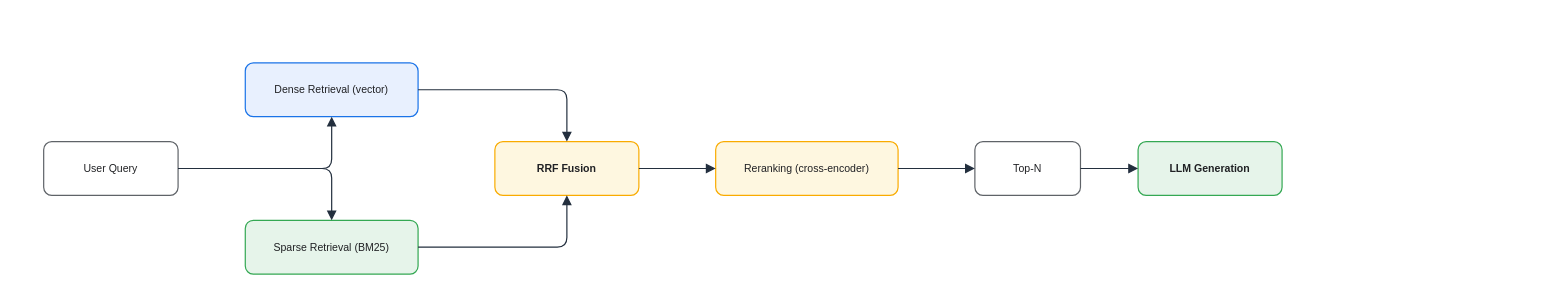
This is assets/img/ai/rag-04-hybrid-rerank.drawio from KKamJi98/kkamji98.github.io, a draw.io file, before an edit. Source tidied: cells renumbered, new cells numbered last; positions are measured from the earlier drawing's top-left corner, leaving out a move shared by most shapes. Both pictures are drawn from the tidied source at 96%, with x=0, y=0 at pixel (43, 62).
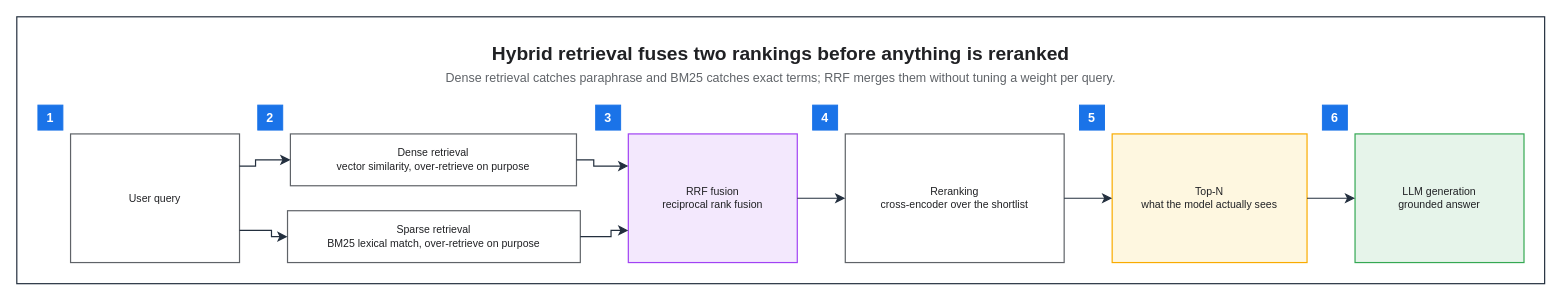
Above is the later version.

Change to the diagram source:
```diff
@@
+    <mxCell id="16" style="rounded=0;html=0;fillColor=none;strokeColor=#232F3E;fontColor=#202124;strokeWidth=1.25;" parent="1" vertex="1">
+      <mxGeometry x="-28" y="-48" width="1591.5" height="278" as="geometry" />
+    </mxCell>
+    <mxCell id="17" value="Hybrid retrieval fuses two rankings before anything is reranked" style="text;html=0;whiteSpace=wrap;fillColor=none;strokeColor=none;fontColor=#202124;fontSize=20;fontStyle=1;align=center;verticalAlign=middle;" parent="1" vertex="1">
+      <mxGeometry x="-6" y="-26" width="1547.5" height="30" as="geometry" />
+    </mxCell>
+    <mxCell id="18" value="Dense retrieval catches paraphrase and BM25 catches exact terms; RRF merges them without tuning a weight per query." style="text;html=0;whiteSpace=wrap;fillColor=none;strokeColor=none;fontColor=#5F6368;fontSize=13;fontStyle=0;align=center;verticalAlign=middle;" parent="1" vertex="1">
+      <mxGeometry x="-6" y="4" width="1547.5" height="22" as="geometry" />
+    </mxCell>
-    <mxCell id="2" value="User Query" style="rounded=1;whiteSpace=wrap;html=0;fillColor=#FFFFFF;strokeColor=#5F6368;shadow=0;fontSize=11;fontColor=#202124;strokeWidth=1.25;" parent="1" vertex="1">
-      <mxGeometry y="82" width="140" height="56" as="geometry" />
+    <mxCell id="2" value="User query" style="rounded=0;whiteSpace=wrap;html=0;fillColor=#FFFFFF;strokeColor=#5F6368;fontColor=#202124;fontSize=11;fontStyle=0;align=center;verticalAlign=middle;spacingLeft=6;spacingRight=6;strokeWidth=1.25;" parent="1" vertex="1">
+      <mxGeometry x="28" y="74" width="176" height="134" as="geometry" />
     </mxCell>
-    <mxCell id="3" value="Dense Retrieval (vector)" style="rounded=1;whiteSpace=wrap;html=0;fillColor=#E8F0FE;strokeColor=#1A73E8;shadow=0;fontSize=11;fontColor=#202124;strokeWidth=1.25;" parent="1" vertex="1">
-      <mxGeometry x="210" width="180" height="56" as="geometry" />
+    <mxCell id="3" value="Dense retrieval&#10;vector similarity, over-retrieve on purpose" style="rounded=0;whiteSpace=wrap;html=0;fillColor=#FFFFFF;strokeColor=#5F6368;fontColor=#202124;fontSize=11;fontStyle=0;align=center;verticalAlign=middle;spacingLeft=6;spacingRight=6;strokeWidth=1.25;" parent="1" vertex="1">
+      <mxGeometry x="257" y="74" width="298" height="54" as="geometry" />
     </mxCell>
-    <mxCell id="4" value="Sparse Retrieval (BM25)" style="rounded=1;whiteSpace=wrap;html=0;fillColor=#E6F4EA;strokeColor=#34A853;shadow=0;fontSize=11;fontColor=#202124;strokeWidth=1.25;" parent="1" vertex="1">
-      <mxGeometry x="210" y="164" width="180" height="56" as="geometry" />
+    <mxCell id="4" value="Sparse retrieval&#10;BM25 lexical match, over-retrieve on purpose" style="rounded=0;whiteSpace=wrap;html=0;fillColor=#FFFFFF;strokeColor=#5F6368;fontColor=#202124;fontSize=11;fontStyle=0;align=center;verticalAlign=middle;spacingLeft=6;spacingRight=6;strokeWidth=1.25;" parent="1" vertex="1">
+      <mxGeometry x="254" y="154" width="305" height="54" as="geometry" />
     </mxCell>
-    <mxCell id="5" value="RRF Fusion" style="rounded=1;whiteSpace=wrap;html=0;fillColor=#FEF7E0;strokeColor=#F9AB00;shadow=0;fontSize=11;fontColor=#202124;fontStyle=1;strokeWidth=1.25;" parent="1" vertex="1">
-      <mxGeometry x="470" y="82" width="150" height="56" as="geometry" />
+    <mxCell id="5" value="RRF fusion&#10;reciprocal rank fusion" style="rounded=0;whiteSpace=wrap;html=0;fillColor=#F3E8FD;strokeColor=#A142F4;fontColor=#202124;fontSize=11;fontStyle=0;align=center;verticalAlign=middle;spacingLeft=6;spacingRight=6;strokeWidth=1.25;" parent="1" vertex="1">
+      <mxGeometry x="609" y="74" width="176" height="134" as="geometry" />
     </mxCell>
-    <mxCell id="6" value="Reranking (cross-encoder)" style="rounded=1;whiteSpace=wrap;html=0;fillColor=#FEF7E0;strokeColor=#F9AB00;shadow=0;fontSize=11;fontColor=#202124;strokeWidth=1.25;" parent="1" vertex="1">
-      <mxGeometry x="700" y="82" width="190" height="56" as="geometry" />
+    <mxCell id="6" value="Reranking&#10;cross-encoder over the shortlist" style="rounded=0;whiteSpace=wrap;html=0;fillColor=#FFFFFF;strokeColor=#5F6368;fontColor=#202124;fontSize=11;fontStyle=0;align=center;verticalAlign=middle;spacingLeft=6;spacingRight=6;strokeWidth=1.25;" parent="1" vertex="1">
+      <mxGeometry x="835" y="74" width="228" height="134" as="geometry" />
     </mxCell>
-    <mxCell id="7" value="Top-N" style="rounded=1;whiteSpace=wrap;html=0;fillColor=#FFFFFF;strokeColor=#5F6368;shadow=0;fontSize=11;fontColor=#202124;strokeWidth=1.25;" parent="1" vertex="1">
-      <mxGeometry x="970" y="82" width="110" height="56" as="geometry" />
+    <mxCell id="7" value="Top-N&#10;what the model actually sees" style="rounded=0;whiteSpace=wrap;html=0;fillColor=#FEF7E0;strokeColor=#F9AB00;fontColor=#202124;fontSize=11;fontStyle=0;align=center;verticalAlign=middle;spacingLeft=6;spacingRight=6;strokeWidth=1.25;" parent="1" vertex="1">
+      <mxGeometry x="1113" y="74" width="203" height="134" as="geometry" />
     </mxCell>
-    <mxCell id="8" value="LLM Generation" style="rounded=1;whiteSpace=wrap;html=0;fillColor=#E6F4EA;strokeColor=#34A853;shadow=0;fontSize=11;fontColor=#202124;fontStyle=1;strokeWidth=1.25;" parent="1" vertex="1">
-      <mxGeometry x="1140" y="82" width="150" height="56" as="geometry" />
+    <mxCell id="8" value="LLM generation&#10;grounded answer" style="rounded=0;whiteSpace=wrap;html=0;fillColor=#E6F4EA;strokeColor=#34A853;fontColor=#202124;fontSize=11;fontStyle=0;align=center;verticalAlign=middle;spacingLeft=6;spacingRight=6;strokeWidth=1.25;" parent="1" vertex="1">
+      <mxGeometry x="1366" y="74" width="176" height="134" as="geometry" />
     </mxCell>
+    <mxCell id="19" value="1" style="rounded=0;whiteSpace=wrap;html=0;fillColor=#1A73E8;strokeColor=#1A73E8;fontColor=#FFFFFF;fontSize=13;fontStyle=1;align=center;verticalAlign=middle;" parent="1" vertex="1">
+      <mxGeometry x="-6" y="44" width="26" height="26" as="geometry" />
+    </mxCell>
+    <mxCell id="20" value="2" style="rounded=0;whiteSpace=wrap;html=0;fillColor=#1A73E8;strokeColor=#1A73E8;fontColor=#FFFFFF;fontSize=13;fontStyle=1;align=center;verticalAlign=middle;" parent="1" vertex="1">
+      <mxGeometry x="223" y="44" width="26" height="26" as="geometry" />
+    </mxCell>
+    <mxCell id="21" value="3" style="rounded=0;whiteSpace=wrap;html=0;fillColor=#1A73E8;strokeColor=#1A73E8;fontColor=#FFFFFF;fontSize=13;fontStyle=1;align=center;verticalAlign=middle;" parent="1" vertex="1">
+      <mxGeometry x="575" y="44" width="26" height="26" as="geometry" />
+    </mxCell>
+    <mxCell id="22" value="4" style="rounded=0;whiteSpace=wrap;html=0;fillColor=#1A73E8;strokeColor=#1A73E8;fontColor=#FFFFFF;fontSize=13;fontStyle=1;align=center;verticalAlign=middle;" parent="1" vertex="1">
+      <mxGeometry x="801" y="44" width="26" height="26" as="geometry" />
+    </mxCell>
+    <mxCell id="23" value="5" style="rounded=0;whiteSpace=wrap;html=0;fillColor=#1A73E8;strokeColor=#1A73E8;fontColor=#FFFFFF;fontSize=13;fontStyle=1;align=center;verticalAlign=middle;" parent="1" vertex="1">
+      <mxGeometry x="1079" y="44" width="26" height="26" as="geometry" />
+    </mxCell>
+    <mxCell id="24" value="6" style="rounded=0;whiteSpace=wrap;html=0;fillColor=#1A73E8;strokeColor=#1A73E8;fontColor=#FFFFFF;fontSize=13;fontStyle=1;align=center;verticalAlign=middle;" parent="1" vertex="1">
+      <mxGeometry x="1332" y="44" width="26" height="26" as="geometry" />
+    </mxCell>
-    <mxCell id="9" style="edgeStyle=orthogonalEdgeStyle;rounded=1;html=0;endArrow=block;strokeColor=#232F3E;fontColor=#202124;strokeWidth=1.25;endSize=7;" parent="1" edge="1" source="2" target="3">
-      <mxGeometry relative="1" as="geometry" />
+    <mxCell id="9" style="edgeStyle=orthogonalEdgeStyle;rounded=0;html=0;strokeColor=#232F3E;strokeWidth=1.25;endArrow=classic;endFill=1;endSize=7;fontSize=11;fontColor=#202124;labelBackgroundColor=none;jettySize=14;exitX=1;exitY=0.25;entryX=0;entryY=0.5;exitDx=0;exitDy=0;entryDx=0;entryDy=0;" parent="1" edge="1" source="2" target="3">
+      <mxGeometry relative="1" as="geometry">
+        <Array as="points">
+          <mxPoint x="220.7" y="107.5" />
+          <mxPoint x="220.7" y="101" />
+        </Array>
+      </mxGeometry>
     </mxCell>
-    <mxCell id="10" style="edgeStyle=orthogonalEdgeStyle;rounded=1;html=0;endArrow=block;strokeColor=#232F3E;fontColor=#202124;strokeWidth=1.25;endSize=7;" parent="1" edge="1" source="2" target="4">
-      <mxGeometry relative="1" as="geometry" />
+    <mxCell id="10" style="edgeStyle=orthogonalEdgeStyle;rounded=0;html=0;strokeColor=#232F3E;strokeWidth=1.25;endArrow=classic;endFill=1;endSize=7;fontSize=11;fontColor=#202124;labelBackgroundColor=none;jettySize=14;exitX=1;exitY=0.75;entryX=0;entryY=0.5;exitDx=0;exitDy=0;entryDx=0;entryDy=0;" parent="1" edge="1" source="2" target="4">
+      <mxGeometry relative="1" as="geometry">
+        <Array as="points">
+          <mxPoint x="237.3" y="174.5" />
+          <mxPoint x="237.3" y="181" />
+        </Array>
+      </mxGeometry>
     </mxCell>
-    <mxCell id="11" style="edgeStyle=orthogonalEdgeStyle;rounded=1;html=0;endArrow=block;strokeColor=#232F3E;fontColor=#202124;strokeWidth=1.25;endSize=7;" parent="1" edge="1" source="3" target="5">
-      <mxGeometry relative="1" as="geometry" />
+    <mxCell id="11" style="edgeStyle=orthogonalEdgeStyle;rounded=0;html=0;strokeColor=#232F3E;strokeWidth=1.25;endArrow=classic;endFill=1;endSize=7;fontSize=11;fontColor=#202124;labelBackgroundColor=none;jettySize=14;exitX=1;exitY=0.5;entryX=0;entryY=0.25;exitDx=0;exitDy=0;entryDx=0;entryDy=0;" parent="1" edge="1" source="3" target="5">
+      <mxGeometry relative="1" as="geometry">
+        <Array as="points">
+          <mxPoint x="573" y="101" />
+          <mxPoint x="573" y="107.5" />
+        </Array>
+      </mxGeometry>
     </mxCell>
-    <mxCell id="12" style="edgeStyle=orthogonalEdgeStyle;rounded=1;html=0;endArrow=block;strokeColor=#232F3E;fontColor=#202124;strokeWidth=1.25;endSize=7;" parent="1" edge="1" source="4" target="5">
-      <mxGeometry relative="1" as="geometry" />
+    <mxCell id="12" style="edgeStyle=orthogonalEdgeStyle;rounded=0;html=0;strokeColor=#232F3E;strokeWidth=1.25;endArrow=classic;endFill=1;endSize=7;fontSize=11;fontColor=#202124;labelBackgroundColor=none;jettySize=14;exitX=1;exitY=0.5;entryX=0;entryY=0.75;exitDx=0;exitDy=0;entryDx=0;entryDy=0;" parent="1" edge="1" source="4" target="5">
+      <mxGeometry relative="1" as="geometry">
+        <Array as="points">
+          <mxPoint x="591" y="181" />
+          <mxPoint x="591" y="174.5" />
+        </Array>
+      </mxGeometry>
     </mxCell>
-    <mxCell id="13" style="edgeStyle=orthogonalEdgeStyle;rounded=1;html=0;endArrow=block;strokeColor=#232F3E;fontColor=#202124;fontSize=11;labelBackgroundColor=none;strokeWidth=1.25;endSize=7;" parent="1" edge="1" source="5" target="6">
+    <mxCell id="13" style="edgeStyle=orthogonalEdgeStyle;rounded=0;html=0;strokeColor=#232F3E;strokeWidth=1.25;endArrow=classic;endFill=1;endSize=7;fontSize=11;fontColor=#202124;labelBackgroundColor=none;jettySize=14;exitX=1;exitY=0.5;entryX=0;entryY=0.5;exitDx=0;exitDy=0;entryDx=0;entryDy=0;" parent="1" edge="1" source="5" target="6">
       <mxGeometry relative="1" as="geometry" />
     </mxCell>
-    <mxCell id="14" style="edgeStyle=orthogonalEdgeStyle;rounded=1;html=0;endArrow=block;strokeColor=#232F3E;fontColor=#202124;strokeWidth=1.25;endSize=7;" parent="1" edge="1" source="6" target="7">
+    <mxCell id="14" style="edgeStyle=orthogonalEdgeStyle;rounded=0;html=0;strokeColor=#232F3E;strokeWidth=1.25;endArrow=classic;endFill=1;endSize=7;fontSize=11;fontColor=#202124;labelBackgroundColor=none;jettySize=14;exitX=1;exitY=0.5;entryX=0;entryY=0.5;exitDx=0;exitDy=0;entryDx=0;entryDy=0;" parent="1" edge="1" source="6" target="7">
       <mxGeometry relative="1" as="geometry" />
     </mxCell>
-    <mxCell id="15" style="edgeStyle=orthogonalEdgeStyle;rounded=1;html=0;endArrow=block;strokeColor=#232F3E;fontColor=#202124;strokeWidth=1.25;endSize=7;" parent="1" edge="1" source="7" target="8">
+    <mxCell id="15" style="edgeStyle=orthogonalEdgeStyle;rounded=0;html=0;strokeColor=#232F3E;strokeWidth=1.25;endArrow=classic;endFill=1;endSize=7;fontSize=11;fontColor=#202124;labelBackgroundColor=none;jettySize=14;exitX=1;exitY=0.5;entryX=0;entryY=0.5;exitDx=0;exitDy=0;entryDx=0;entryDy=0;" parent="1" edge="1" source="7" target="8">
       <mxGeometry relative="1" as="geometry" />
     </mxCell>
```
